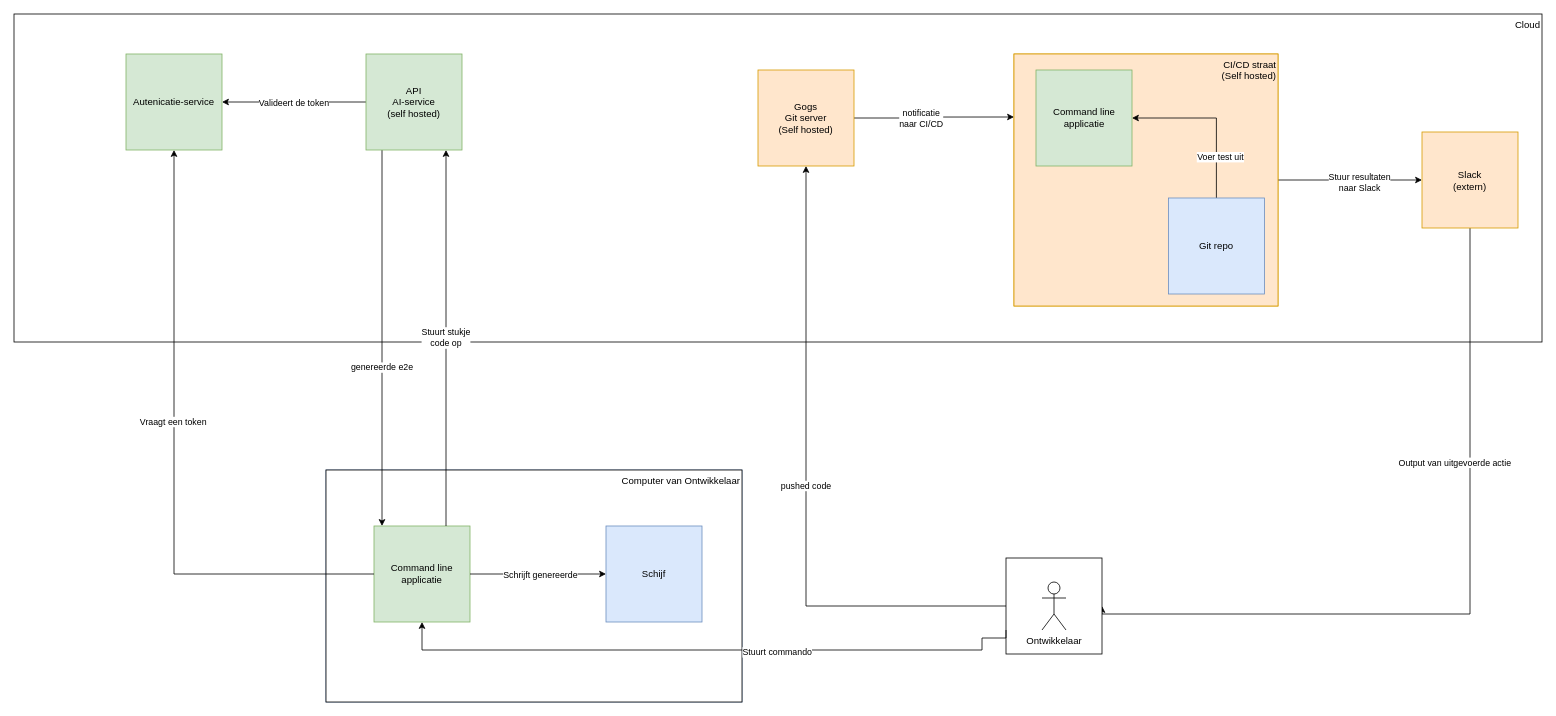
Above: page "CLI-app" (2 of 8) of cli app.drawio in luukvankooten/draw.io (draw.io), before the change. Source tidied: cells renumbered, new cells numbered last; positions are measured from the earlier drawing's top-left corner, leaving out a move shared by most shapes. Both pictures are drawn from the tidied source at 80%, with x=0, y=0 at pixel (14, 14).
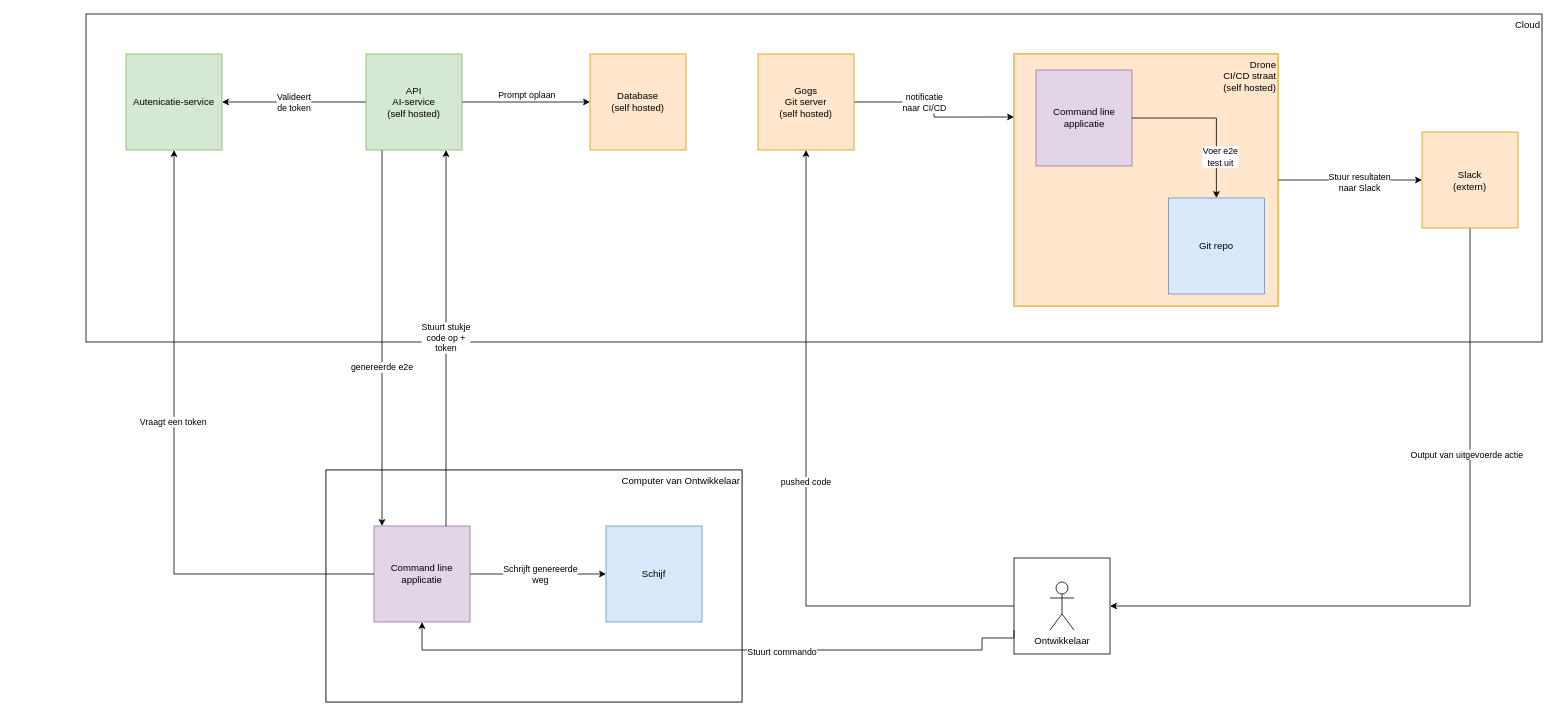
After the change.

The change refers to these unchanged cells:
```xml
<mxCell id="2" style="group;fillColor=#dae8fc;strokeColor=#6c8ebf;" parent="1" vertex="1">
  <mxGeometry x="390" y="570" width="520" height="290" as="geometry" />
</mxCell>
<mxCell id="6" style="edgeStyle=orthogonalEdgeStyle;rounded=0;jettySize=auto;html=1;entryX=0;entryY=0.5;entryDx=0;entryDy=0;" parent="2" edge="1" source="4" target="5">
  <mxGeometry relative="1" as="geometry" />
</mxCell>
<mxCell id="13" style="edgeStyle=orthogonalEdgeStyle;rounded=0;jettySize=auto;html=1;entryX=1;entryY=0.5;entryDx=0;entryDy=0;" parent="1" edge="1" source="15" target="35">
  <mxGeometry relative="1" as="geometry" />
</mxCell>
<mxCell id="15" value="&lt;div&gt;API&lt;br&gt;&lt;/div&gt;&lt;div&gt;AI-service&lt;/div&gt;&lt;div&gt;(self hosted)&lt;br&gt;&lt;/div&gt;" style="whiteSpace=wrap;html=1;fillColor=#d5e8d4;strokeColor=#82b366;" parent="1" vertex="1">
  <mxGeometry x="440" y="50" width="120" height="120" as="geometry" />
</mxCell>
<mxCell id="20" style="whiteSpace=wrap;html=1;" parent="19" vertex="1">
  <mxGeometry width="120" height="120" as="geometry" />
</mxCell>
<mxCell id="22" style="group;fillColor=#ffe6cc;strokeColor=#d79b00;" parent="1" vertex="1">
  <mxGeometry x="1250" y="50" width="330" height="315" as="geometry" />
</mxCell>
<mxCell id="27" value="Git repo" style="whiteSpace=wrap;html=1;direction=south;fillColor=#dae8fc;strokeColor=#6c8ebf;" parent="22" vertex="1">
  <mxGeometry x="193" y="180" width="120" height="120" as="geometry" />
</mxCell>
```

What changed in the source:
```diff
@@
-    <mxCell id="4" value="Command line applicatie" style="whiteSpace=wrap;html=1;direction=south;fillColor=#d5e8d4;strokeColor=#82b366;" parent="2" vertex="1">
+    <mxCell id="4" value="Command line applicatie" style="whiteSpace=wrap;html=1;direction=south;fillColor=#e1d5e7;strokeColor=#9673a6;" parent="2" vertex="1">
       <mxGeometry x="60" y="70" width="120" height="120" as="geometry" />
     </mxCell>
@@
-    <mxCell id="7" value="&lt;div&gt;Schrijft genereerde &lt;br&gt;&lt;/div&gt;" style="edgeLabel;html=1;align=center;verticalAlign=middle;" parent="6" vertex="1">
+    <mxCell id="7" value="&lt;div&gt;Schrijft genereerde &lt;br&gt;&lt;/div&gt;&lt;div&gt;weg&lt;br&gt;&lt;/div&gt;" style="edgeLabel;html=1;align=center;verticalAlign=middle;" parent="6" vertex="1">
       <mxGeometry x="0.02" y="-5" relative="1" as="geometry">
         <mxPoint y="-5" as="offset" />
       </mxGeometry>
     </mxCell>
     <mxCell id="8" value="&lt;div&gt;Cloud&lt;/div&gt;" style="rounded=0;whiteSpace=wrap;html=1;verticalAlign=top;align=right;" parent="1" vertex="1">
-      <mxGeometry width="1910" height="410" as="geometry" />
+      <mxGeometry x="90" width="1820" height="410" as="geometry" />
     </mxCell>
@@
-    <mxCell id="14" value="Valideert de token" style="edgeLabel;html=1;align=center;verticalAlign=middle;" parent="13" vertex="1">
+    <mxCell id="14" value="&lt;div&gt;Valideert&lt;/div&gt;&lt;div&gt;de token&lt;/div&gt;" style="edgeLabel;html=1;align=center;verticalAlign=middle;" parent="13" vertex="1">
       <mxGeometry x="0.29" y="2" relative="1" as="geometry">
         <mxPoint x="25" y="-2" as="offset" />
       </mxGeometry>
     </mxCell>
+    <mxCell id="38" style="edgeStyle=orthogonalEdgeStyle;rounded=0;jettySize=auto;html=1;entryX=0;entryY=0.5;entryDx=0;entryDy=0;" parent="1" edge="1" source="15" target="40">
+      <mxGeometry relative="1" as="geometry" />
+    </mxCell>
+    <mxCell id="39" value="Prompt oplaan" style="edgeLabel;html=1;align=center;verticalAlign=middle;" parent="38" vertex="1">
+      <mxGeometry x="0.29" y="-7" relative="1" as="geometry">
+        <mxPoint x="-23" y="-17" as="offset" />
+      </mxGeometry>
+    </mxCell>
@@
     <mxCell id="16" style="edgeStyle=orthogonalEdgeStyle;rounded=0;jettySize=auto;html=1;exitX=0.5;exitY=1;exitDx=0;exitDy=0;entryX=1;entryY=0.5;entryDx=0;entryDy=0;" parent="1" edge="1" target="20">
       <mxGeometry relative="1" as="geometry">
         <mxPoint x="1820" y="230" as="sourcePoint" />
         <Array as="points">
-          <mxPoint x="1820" y="750" />
+          <mxPoint x="1820" y="740" />
         </Array>
       </mxGeometry>
     </mxCell>
@@
     <mxCell id="19" style="group;" parent="1" vertex="1">
-      <mxGeometry x="1240" y="680" width="120" height="120" as="geometry" />
+      <mxGeometry x="1250" y="680" width="120" height="120" as="geometry" />
     </mxCell>
@@
-    <mxCell id="23" value="&lt;div&gt;CI/CD straat&lt;/div&gt;&lt;div&gt;(Self hosted)&lt;br&gt;&lt;/div&gt;" style="rounded=0;whiteSpace=wrap;html=1;verticalAlign=top;align=right;fillColor=#ffe6cc;strokeColor=#d79b00;" parent="22" vertex="1">
+    <mxCell id="23" value="&lt;div&gt;Drone&lt;br&gt;&lt;/div&gt;&lt;div&gt;CI/CD straat&lt;/div&gt;&lt;div&gt;(self hosted)&lt;br&gt;&lt;/div&gt;" style="rounded=0;whiteSpace=wrap;html=1;verticalAlign=top;align=right;fillColor=#ffe6cc;strokeColor=#d79b00;" parent="22" vertex="1">
       <mxGeometry width="330" height="315" as="geometry" />
     </mxCell>
-    <mxCell id="24" value="Command line applicatie" style="whiteSpace=wrap;html=1;direction=south;fillColor=#d5e8d4;strokeColor=#82b366;" parent="22" vertex="1">
+    <mxCell id="24" value="Command line applicatie" style="whiteSpace=wrap;html=1;direction=south;fillColor=#e1d5e7;strokeColor=#9673a6;" parent="22" vertex="1">
       <mxGeometry x="27.5" y="20" width="120" height="120" as="geometry" />
     </mxCell>
-    <mxCell id="25" style="edgeStyle=orthogonalEdgeStyle;rounded=0;jettySize=auto;html=1;entryX=0.5;entryY=0;entryDx=0;entryDy=0;" parent="22" edge="1" source="27" target="24">
+    <mxCell id="25" style="edgeStyle=orthogonalEdgeStyle;rounded=0;jettySize=auto;html=1;entryX=0.5;entryY=0;entryDx=0;entryDy=0;startArrow=classic;startFill=1;endArrow=none;endFill=0;" parent="22" edge="1" source="27" target="24">
       <mxGeometry relative="1" as="geometry">
         <Array as="points">
           <mxPoint x="253" y="80" />
         </Array>
       </mxGeometry>
     </mxCell>
-    <mxCell id="26" value="&lt;div&gt;Voer test uit&lt;/div&gt;" style="edgeLabel;html=1;align=center;verticalAlign=middle;" parent="25" vertex="1">
+    <mxCell id="26" value="&lt;div&gt;Voer e2e&lt;/div&gt;&lt;div&gt;test uit&lt;/div&gt;" style="edgeLabel;html=1;align=center;verticalAlign=middle;" parent="25" vertex="1">
       <mxGeometry x="-0.5" y="-4" relative="1" as="geometry">
         <mxPoint y="-1" as="offset" />
       </mxGeometry>
     </mxCell>
@@
-    <mxCell id="30" value="&lt;div&gt;Gogs&lt;/div&gt;&lt;div&gt;Git server&lt;br&gt;&lt;/div&gt;&lt;div&gt;(Self hosted)&lt;br&gt;&lt;/div&gt;" style="whiteSpace=wrap;html=1;direction=south;fillColor=#ffe6cc;strokeColor=#d79b00;" parent="1" vertex="1">
-      <mxGeometry x="930" y="70" width="120" height="120" as="geometry" />
+    <mxCell id="30" value="&lt;div&gt;Gogs&lt;/div&gt;&lt;div&gt;Git server&lt;br&gt;&lt;/div&gt;&lt;div&gt;(self hosted)&lt;br&gt;&lt;/div&gt;" style="whiteSpace=wrap;html=1;direction=south;fillColor=#ffe6cc;strokeColor=#d79b00;" parent="1" vertex="1">
+      <mxGeometry x="930" y="50" width="120" height="120" as="geometry" />
     </mxCell>
@@
-    <mxCell id="34" value="&lt;div&gt;Stuurt stukje&lt;/div&gt;&lt;div&gt;code op&lt;/div&gt;" style="edgeStyle=orthogonalEdgeStyle;rounded=0;jettySize=auto;html=1;" parent="1" edge="1" source="4" target="15">
+    <mxCell id="34" value="&lt;div&gt;Stuurt stukje&lt;/div&gt;&lt;div&gt;code op +&lt;/div&gt;&lt;div&gt;token&lt;br&gt;&lt;/div&gt;" style="edgeStyle=orthogonalEdgeStyle;rounded=0;jettySize=auto;html=1;" parent="1" edge="1" source="4" target="15">
       <mxGeometry relative="1" as="geometry">
         <Array as="points">
           <mxPoint x="540" y="410" />
           <mxPoint x="540" y="410" />
         </Array>
       </mxGeometry>
     </mxCell>
@@
+    <mxCell id="40" value="&lt;div&gt;Database&lt;/div&gt;&lt;div&gt;(self hosted)&lt;/div&gt;" style="whiteSpace=wrap;html=1;fillColor=#ffe6cc;strokeColor=#d79b00;" parent="1" vertex="1">
+      <mxGeometry x="720" y="50" width="120" height="120" as="geometry" />
+    </mxCell>
```
